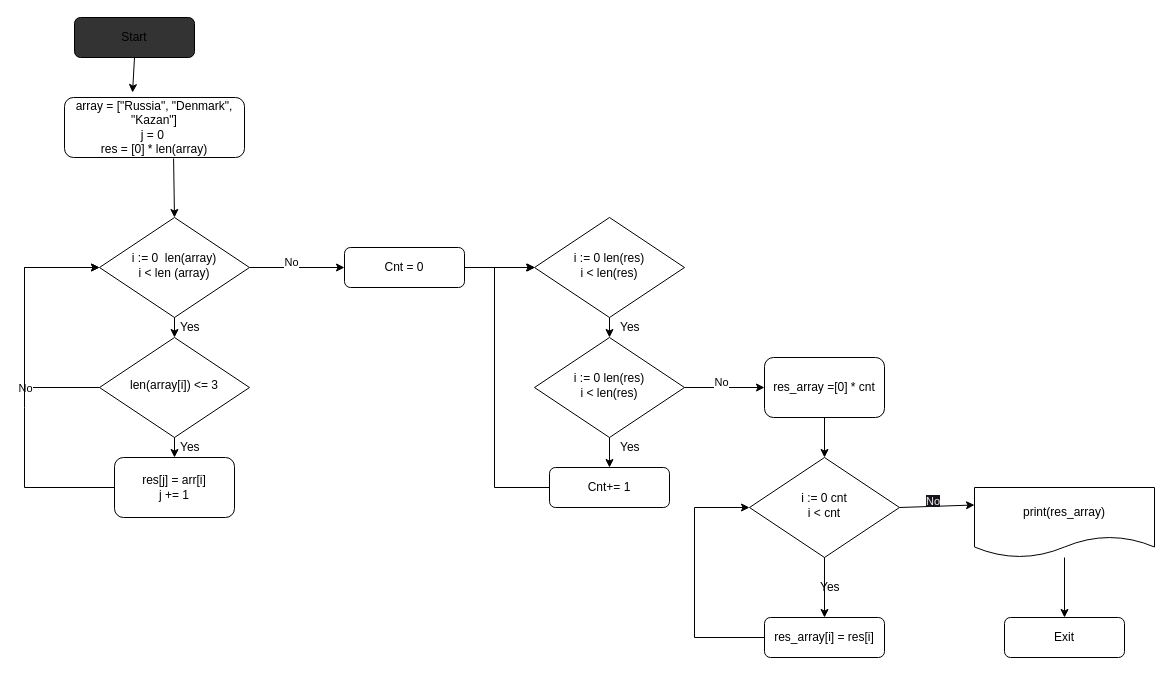
Earlier version of the draw.io diagram algorithm.drawio (Drogrom/fuzzy-chainsaw). Source tidied: cells renumbered, new cells numbered last; positions are measured from the earlier drawing's top-left corner, leaving out a move shared by most shapes. Both pictures are drawn from the tidied source at 100%, with x=0, y=0 at pixel (24, 17).
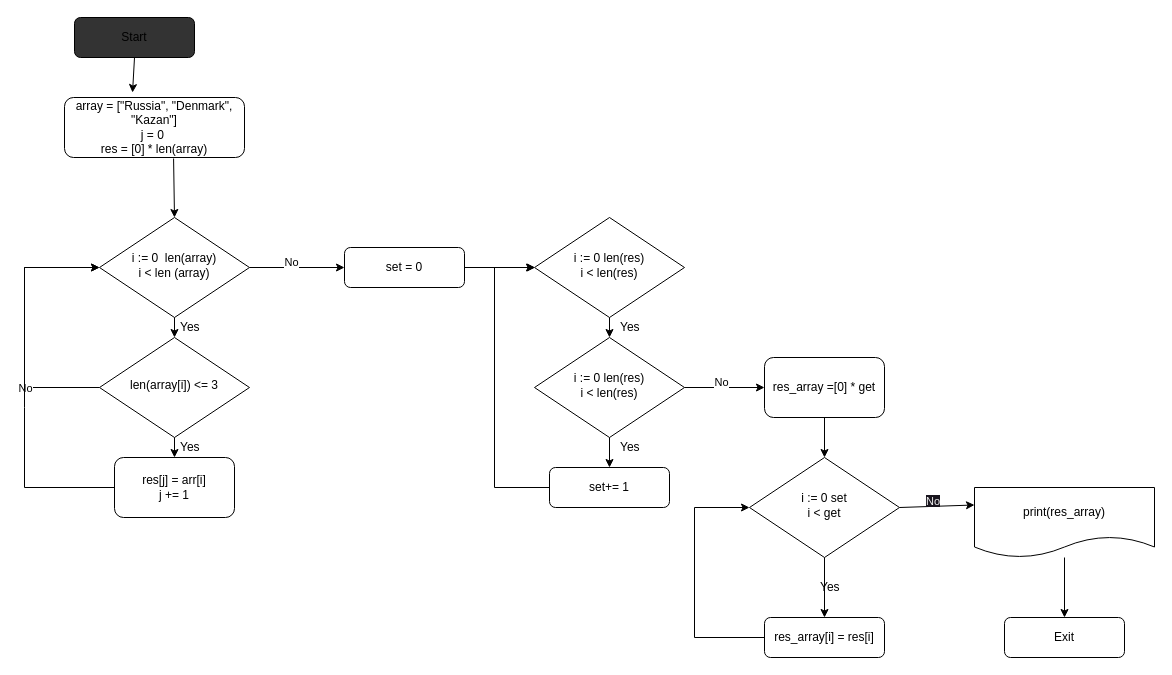
Above is the later version.

What changed in the source:
```diff
@@
-    <mxCell id="5" value="Cnt = 0" style="rounded=1;whiteSpace=wrap;html=1;fontSize=12;glass=0;strokeWidth=1;shadow=0;" parent="1" vertex="1">
+    <mxCell id="5" value="set = 0" style="rounded=1;whiteSpace=wrap;html=1;fontSize=12;glass=0;strokeWidth=1;shadow=0;" parent="1" vertex="1">
       <mxGeometry x="320" y="230" width="120" height="40" as="geometry" />
     </mxCell>
@@
-    <mxCell id="23" value="Cnt+= 1" style="rounded=1;whiteSpace=wrap;html=1;fontSize=12;glass=0;strokeWidth=1;shadow=0;" parent="1" vertex="1">
+    <mxCell id="23" value="set+= 1" style="rounded=1;whiteSpace=wrap;html=1;fontSize=12;glass=0;strokeWidth=1;shadow=0;" parent="1" vertex="1">
       <mxGeometry x="525" y="450" width="120" height="40" as="geometry" />
     </mxCell>
@@
-    <mxCell id="29" value="res_array =[0] * cnt" style="rounded=1;whiteSpace=wrap;html=1;" parent="1" vertex="1">
+    <mxCell id="29" value="res_array =[0] * get" style="rounded=1;whiteSpace=wrap;html=1;" parent="1" vertex="1">
       <mxGeometry x="740" y="340" width="120" height="60" as="geometry" />
     </mxCell>
@@
-    <mxCell id="32" value="i := 0 cnt&lt;br&gt;i &amp;lt; cnt" style="rhombus;whiteSpace=wrap;html=1;shadow=0;fontFamily=Helvetica;fontSize=12;align=center;strokeWidth=1;spacing=6;spacingTop=-4;" parent="1" vertex="1">
+    <mxCell id="32" value="i := 0 set &lt;br&gt;i &amp;lt; get" style="rhombus;whiteSpace=wrap;html=1;shadow=0;fontFamily=Helvetica;fontSize=12;align=center;strokeWidth=1;spacing=6;spacingTop=-4;" parent="1" vertex="1">
       <mxGeometry x="725" y="440" width="150" height="100" as="geometry" />
     </mxCell>
```
